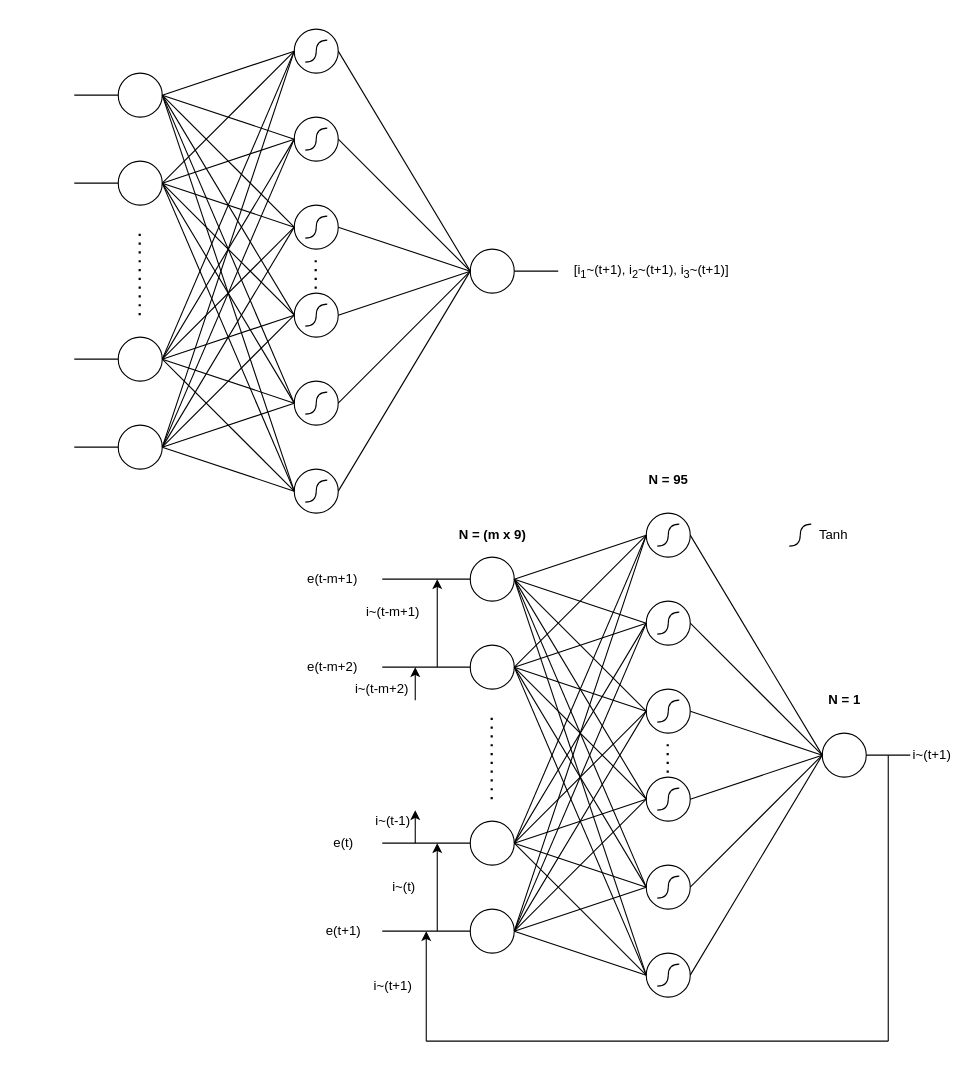
Earlier version of the draw.io diagram graphs/FCN.drawio (MJC598/Neuron_Burst_Analysis). Source tidied: cells renumbered, new cells numbered last; positions are measured from the earlier drawing's top-left corner, leaving out a move shared by most shapes. Both pictures are drawn from the tidied source at 110%, with x=0, y=0 at pixel (74, 29).
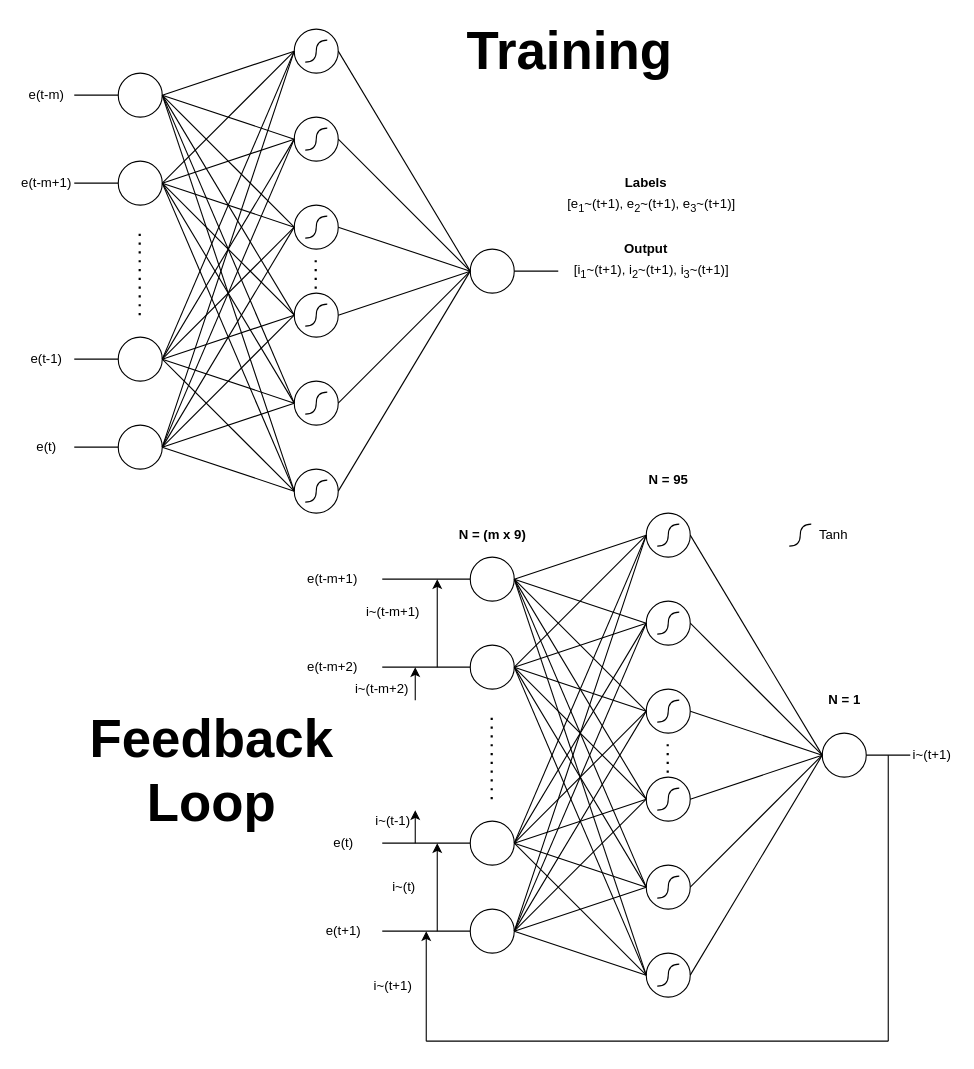
The same diagram, later.

Change to the diagram source:
```diff
@@
+    <mxCell id="133" value="&lt;div&gt;[e&lt;sub&gt;1&lt;/sub&gt;~(t+1), e&lt;sub&gt;2&lt;/sub&gt;~(t+1), e&lt;sub&gt;3&lt;/sub&gt;~(t+1)]&lt;/div&gt;" style="text;html=1;strokeColor=none;fillColor=none;align=center;verticalAlign=middle;whiteSpace=wrap;rounded=0;" parent="1" vertex="1">
+      <mxGeometry x="440" y="150" width="170" height="20" as="geometry" />
+    </mxCell>
+    <mxCell id="134" value="&lt;b&gt;Labels&lt;/b&gt;" style="text;html=1;strokeColor=none;fillColor=none;align=center;verticalAlign=middle;whiteSpace=wrap;rounded=0;" parent="1" vertex="1">
+      <mxGeometry x="500" y="130" width="40" height="20" as="geometry" />
+    </mxCell>
+    <mxCell id="135" value="&lt;b&gt;Output&lt;/b&gt;" style="text;html=1;strokeColor=none;fillColor=none;align=center;verticalAlign=middle;whiteSpace=wrap;rounded=0;" parent="1" vertex="1">
+      <mxGeometry x="500" y="190" width="40" height="20" as="geometry" />
+    </mxCell>
+    <mxCell id="136" value="e(t-m)" style="text;html=1;strokeColor=none;fillColor=none;align=center;verticalAlign=middle;whiteSpace=wrap;rounded=0;" parent="1" vertex="1">
+      <mxGeometry x="-50" y="50" width="50" height="20" as="geometry" />
+    </mxCell>
+    <mxCell id="137" value="e(t-m+1)" style="text;html=1;strokeColor=none;fillColor=none;align=center;verticalAlign=middle;whiteSpace=wrap;rounded=0;" parent="1" vertex="1">
+      <mxGeometry x="-50" y="130" width="50" height="20" as="geometry" />
+    </mxCell>
+    <mxCell id="138" value="e(t-1)" style="text;html=1;strokeColor=none;fillColor=none;align=center;verticalAlign=middle;whiteSpace=wrap;rounded=0;" parent="1" vertex="1">
+      <mxGeometry x="-50" y="290" width="50" height="20" as="geometry" />
+    </mxCell>
+    <mxCell id="139" value="e(t)" style="text;html=1;strokeColor=none;fillColor=none;align=center;verticalAlign=middle;whiteSpace=wrap;rounded=0;" parent="1" vertex="1">
+      <mxGeometry x="-50" y="370" width="50" height="20" as="geometry" />
+    </mxCell>
+    <mxCell id="140" value="&lt;font style=&quot;font-size: 48px&quot;&gt;&lt;b&gt;Training&lt;/b&gt;&lt;/font&gt;" style="text;html=1;align=center;verticalAlign=middle;strokeColor=none;" parent="1" vertex="1">
+      <mxGeometry x="350" y="5" width="200" height="30" as="geometry" />
+    </mxCell>
+    <mxCell id="141" value="&lt;div align=&quot;center&quot;&gt;&lt;font style=&quot;font-size: 48px&quot;&gt;&lt;b&gt;Feedback Loop&lt;/b&gt;&lt;/font&gt;&lt;/div&gt;" style="text;whiteSpace=wrap;html=1;align=center;" parent="1" vertex="1">
+      <mxGeometry x="20" y="610" width="210" height="40" as="geometry" />
+    </mxCell>
```
